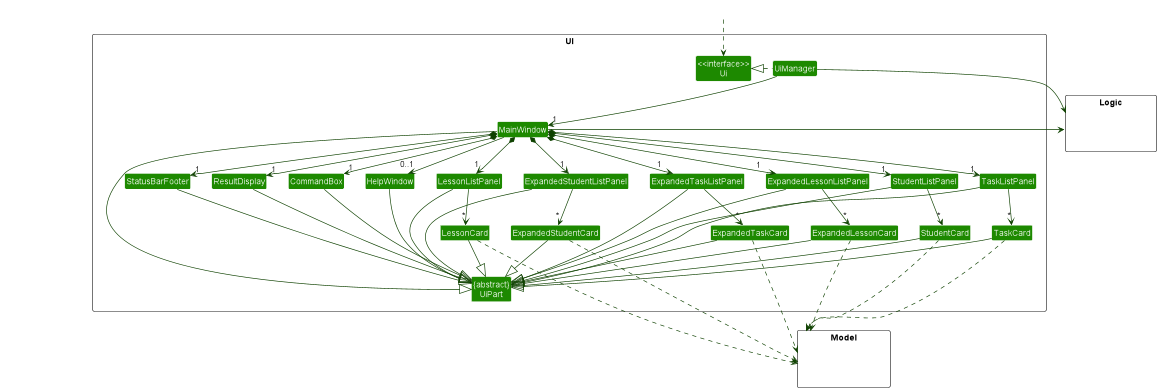
The PlantUML diagram docs/images/UiClassDiagram.png in nus-cs2103-AY2223S1/tp, before a commit.
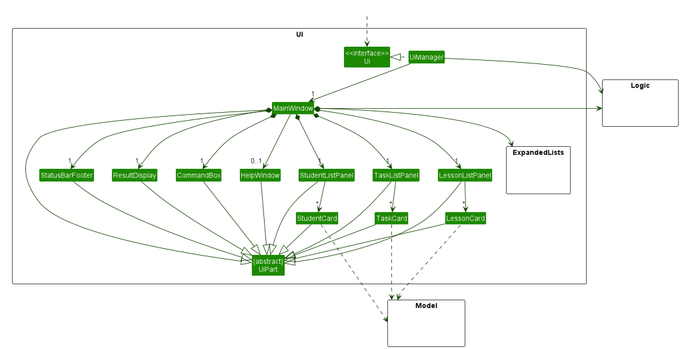
Later version of the same file.

Commit message:
Separate expanded lists into own package in UML

Diff of the diagram source:
```diff
@@ -3,6 +3,7 @@
 skinparam arrowThickness 1.1
 skinparam arrowColor UI_COLOR_T4
 skinparam classBackgroundColor UI_COLOR
+scale 1.5
 
 package UI <<Rectangle>>{
 Class "<<interface>>\nUi" as Ui
@@ -14,17 +15,14 @@
 Class StudentListPanel
 Class TaskListPanel
 Class LessonListPanel
-Class ExpandedStudentListPanel
-Class ExpandedTaskListPanel
-Class ExpandedLessonListPanel
 Class StudentCard
 Class TaskCard
 Class LessonCard
-Class ExpandedStudentCard
-Class ExpandedTaskCard
-Class ExpandedLessonCard
 Class StatusBarFooter
 Class CommandBox
+package ExpandedLists <<Rectangle>> {
+    Class HiddenUi #FFFFFF
+}
 }
 
 package Model <<Rectangle>> {
@@ -45,18 +43,13 @@
 MainWindow *-down-> "1" StudentListPanel
 MainWindow *-down-> "1" TaskListPanel
 MainWindow *-down-> "1" LessonListPanel
-MainWindow *-down-> "1" ExpandedStudentListPanel
-MainWindow *-down-> "1" ExpandedTaskListPanel
-MainWindow *-down-> "1" ExpandedLessonListPanel
+MainWindow *-down-> ExpandedLists
 MainWindow *-down-> "1" StatusBarFooter
 MainWindow --> "0..1" HelpWindow
 
 StudentListPanel -down-> "*" StudentCard
 TaskListPanel -down-> "*" TaskCard
 LessonListPanel -down-> "*" LessonCard
-ExpandedStudentListPanel -down-> "*" ExpandedStudentCard
-ExpandedTaskListPanel -down-> "*" ExpandedTaskCard
-ExpandedLessonListPanel -down-> "*" ExpandedLessonCard
 
 MainWindow -left-|> UiPart
 
@@ -65,24 +58,15 @@
 StudentListPanel --|> UiPart
 TaskListPanel --|> UiPart
 LessonListPanel --|> UiPart
-ExpandedStudentListPanel --|> UiPart
-ExpandedTaskListPanel --|> UiPart
-ExpandedLessonListPanel --|> UiPart
 StudentCard --|> UiPart
 TaskCard --|> UiPart
 LessonCard --|> UiPart
-ExpandedStudentCard --|> UiPart
-ExpandedTaskCard --|> UiPart
-ExpandedLessonCard --|> UiPart
 StatusBarFooter --|> UiPart
 HelpWindow --|> UiPart
 
 StudentCard ..> Model
-TaskCard ..> Model
+TaskCard ...> Model
 LessonCard ..> Model
-ExpandedStudentCard ...> Model
-ExpandedTaskCard ..> Model
-ExpandedLessonCard ..> Model
 UiManager -right-> Logic
 MainWindow -left-> Logic
 
```
